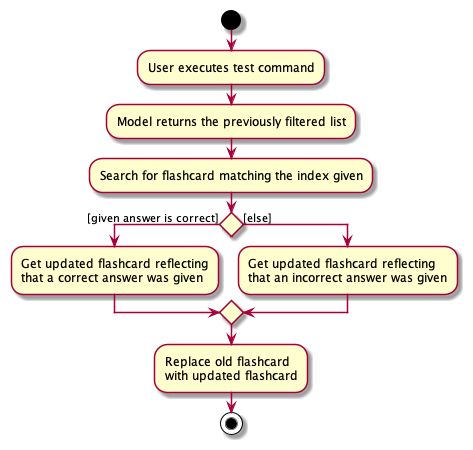
The PlantUML diagram docs/images/TestActivityDiagram.png in nus-cs2103-AY2021S1/tp, before a commit.
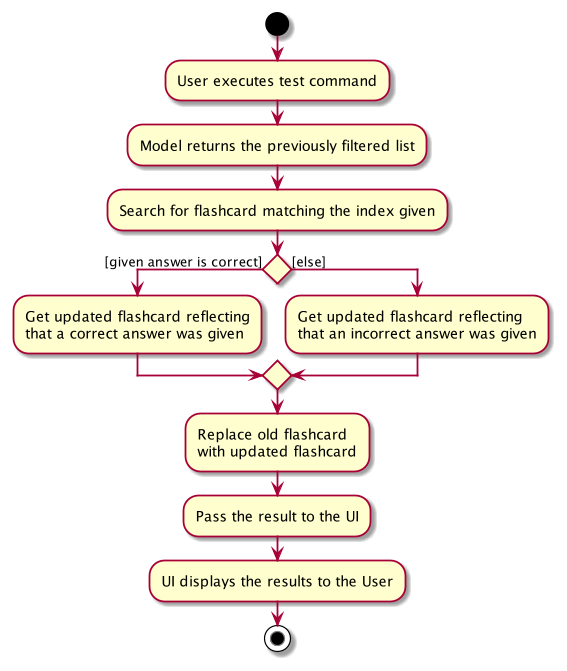
Above is the later version.

The edit, as a diff of the source:
```diff
@@ -15,5 +15,7 @@
 endif
     :Replace old flashcard
     with updated flashcard;
+    :Pass the result to the UI;
+    :UI displays the results to the User;
 stop
 @enduml
```
